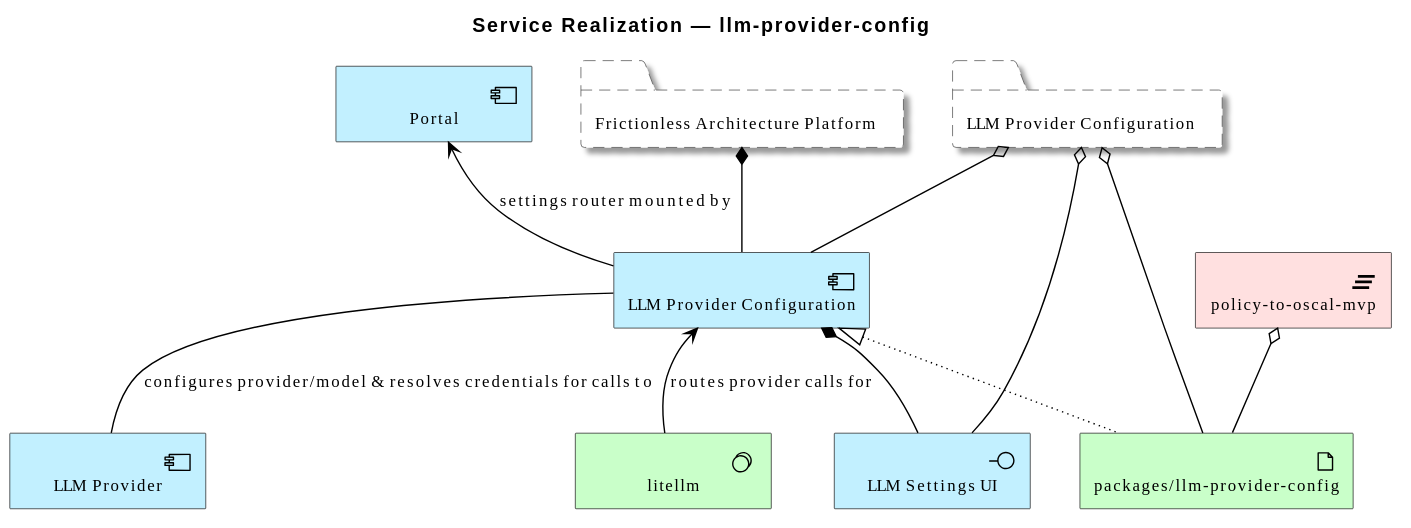
Earlier version of the PlantUML export architecture/model/diagrams/business/service-realization/llm-provider-config.svg (wolffy-au/frictionless-architect).
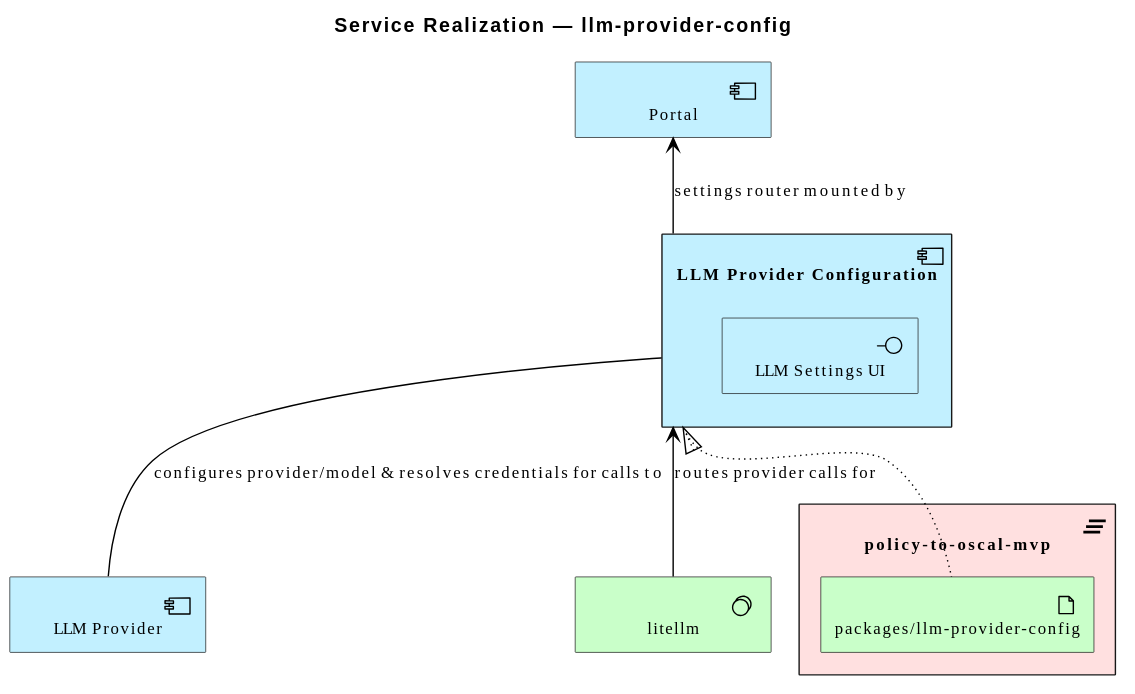
The same diagram one commit later.

What changed in the source:
```diff
@@ -4,24 +4,18 @@
 scale max 3800 width
 title Service Realization — llm-provider-config
 
-Grouping(e_id54dd4701dbf151, "Frictionless Architecture Platform")
-Application_Component(e_id305eddd7c8dc55, "LLM Provider Configuration")
+Application_Component(e_id305eddd7c8dc55, "LLM Provider Configuration") {
+  Application_Interface(e_idcefe9c2a8ca45f, "LLM Settings UI")
+}
 Application_Component(e_id6c2233bb09755d, "Portal")
-Application_Interface(e_idcefe9c2a8ca45f, "LLM Settings UI")
 Application_Component(e_id2610ae0cc2cc50, "LLM Provider")
-Technology_Artifact(e_id2b059f9c51b053, "packages/llm-provider-config")
 Technology_SystemSoftware(e_ida94fafd401dd5f, "litellm")
-Implementation_Plateau(e_idb94c55ad2a0756, "policy-to-oscal-mvp")
-Grouping(e_id9820051a523257, "LLM Provider Configuration")
+Implementation_Plateau(e_idb94c55ad2a0756, "policy-to-oscal-mvp") {
+  Technology_Artifact(e_id2b059f9c51b053, "packages/llm-provider-config")
+}
 
-Rel_Composition(e_id54dd4701dbf151, e_id305eddd7c8dc55, "")
 Rel_Association(e_id305eddd7c8dc55, e_id2610ae0cc2cc50, "configures provider/model & resolves credentials for calls to")
 Rel_Realization_Up(e_id2b059f9c51b053, e_id305eddd7c8dc55, "")
-Rel_Composition(e_id305eddd7c8dc55, e_idcefe9c2a8ca45f, "")
 Rel_Serving_Up(e_id305eddd7c8dc55, e_id6c2233bb09755d, "settings router mounted by")
-Rel_Aggregation(e_idb94c55ad2a0756, e_id2b059f9c51b053, "")
 Rel_Serving_Up(e_ida94fafd401dd5f, e_id305eddd7c8dc55, "routes provider calls for")
-Rel_Aggregation(e_id9820051a523257, e_id305eddd7c8dc55, "")
-Rel_Aggregation(e_id9820051a523257, e_idcefe9c2a8ca45f, "")
-Rel_Aggregation(e_id9820051a523257, e_id2b059f9c51b053, "")
 @enduml
```
